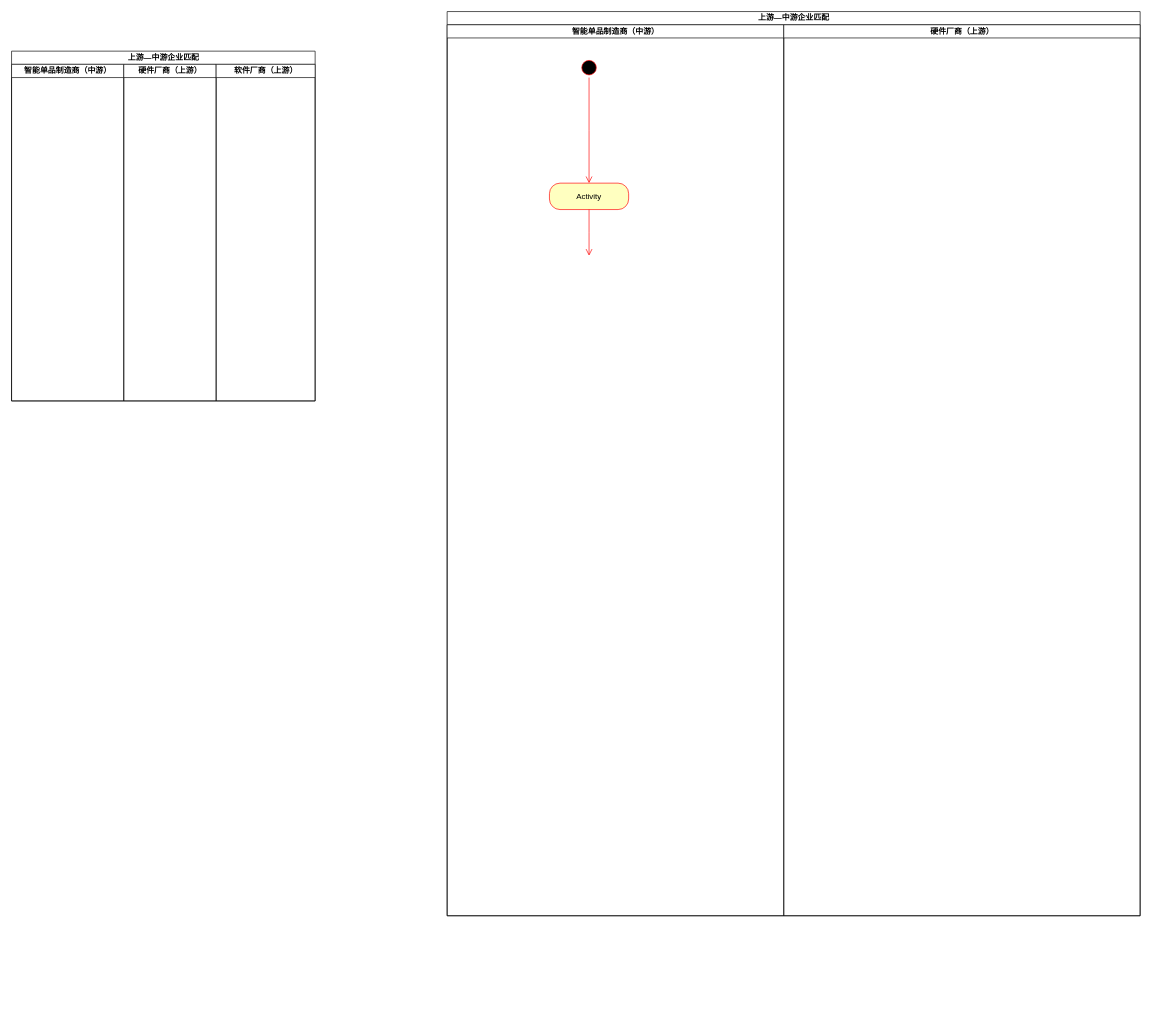
Above: 毕设活动图.drawio in 2919282119/charts (draw.io), before the change. Source tidied: cells renumbered, new cells numbered last; positions are measured from the earlier drawing's top-left corner, leaving out a move shared by most shapes. Both pictures are drawn from the tidied source at 66%, with x=0, y=0 at pixel (11, 11).
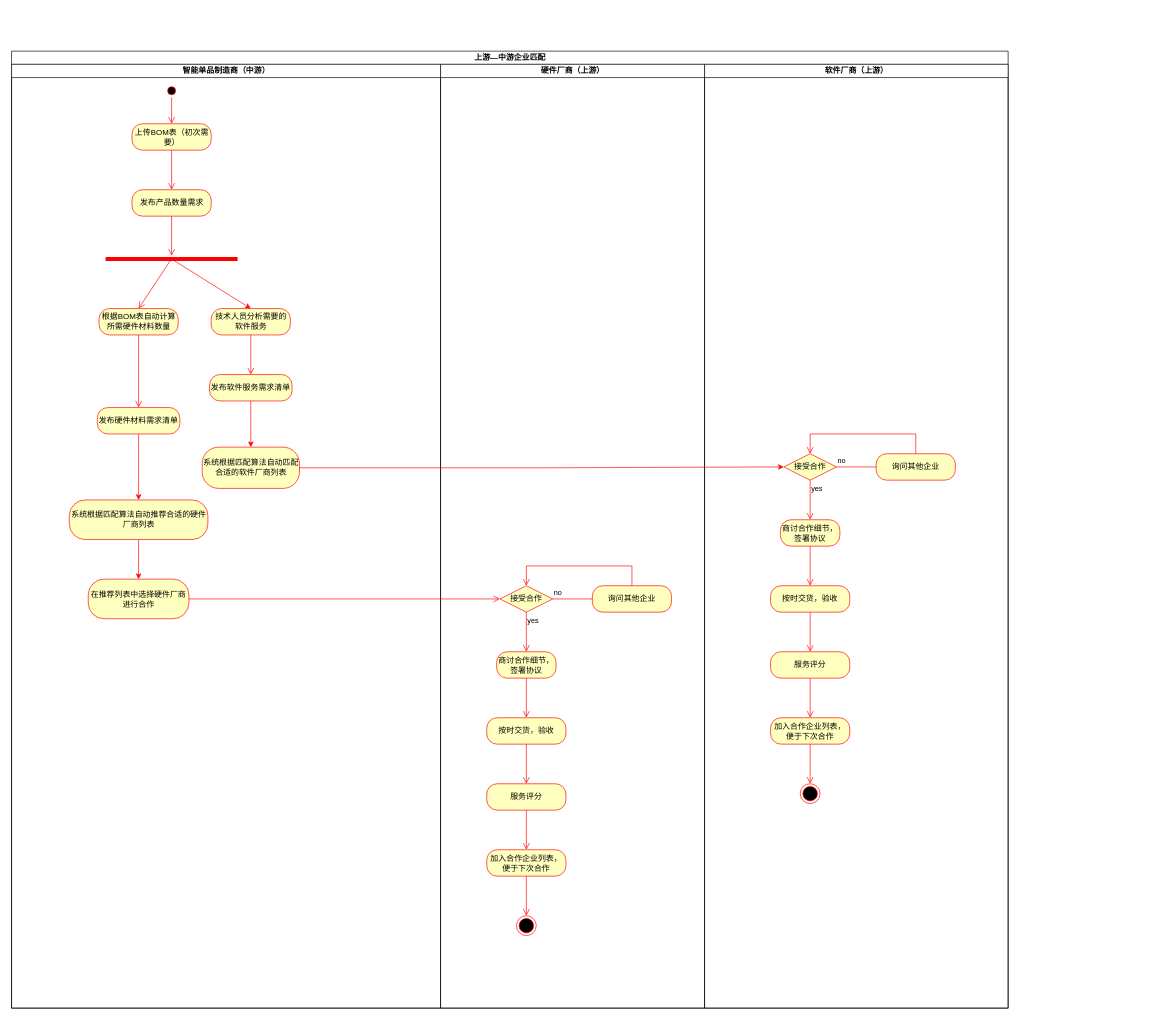
The same page after the edit.

Commit message (it also covers changes not shown here):
更新毕设活动图.drawio

Change to the diagram source:
```diff
@@
-    <mxCell id="2" value="上游—中游企业匹配" style="swimlane;startSize=20;html=1;" parent="1" vertex="1">
-      <mxGeometry x="660" width="1050" height="1370" as="geometry" />
-    </mxCell>
-    <mxCell id="3" value="智能单品制造商（中游）" style="swimlane;startSize=20;html=1;" parent="2" vertex="1">
-      <mxGeometry y="20" width="510" height="1350" as="geometry" />
-    </mxCell>
-    <mxCell id="4" style="ellipse;html=1;shape=startState;fillColor=#000000;strokeColor=#ff0000;" parent="3" vertex="1">
-      <mxGeometry x="200" y="50" width="30" height="30" as="geometry" />
-    </mxCell>
-    <mxCell id="5" style="edgeStyle=orthogonalEdgeStyle;html=1;verticalAlign=bottom;endArrow=open;endSize=8;strokeColor=#ff0000;rounded=0;" parent="3" edge="1" source="4">
-      <mxGeometry relative="1" as="geometry">
-        <mxPoint x="215" y="240" as="targetPoint" />
-      </mxGeometry>
-    </mxCell>
-    <mxCell id="6" value="Activity" style="rounded=1;whiteSpace=wrap;html=1;arcSize=40;fontColor=#000000;fillColor=#ffffc0;strokeColor=#ff0000;" parent="3" vertex="1">
-      <mxGeometry x="155" y="240" width="120" height="40" as="geometry" />
-    </mxCell>
-    <mxCell id="7" style="edgeStyle=orthogonalEdgeStyle;html=1;verticalAlign=bottom;endArrow=open;endSize=8;strokeColor=#ff0000;rounded=0;" parent="3" edge="1" source="6">
-      <mxGeometry relative="1" as="geometry">
-        <mxPoint x="215" y="350" as="targetPoint" />
-      </mxGeometry>
-    </mxCell>
-    <mxCell id="8" value="硬件厂商（上游）" style="swimlane;startSize=20;html=1;" parent="2" vertex="1">
-      <mxGeometry x="510" y="20" width="540" height="1350" as="geometry" />
-    </mxCell>
     <mxCell id="9" value="上游—中游企业匹配" style="swimlane;startSize=20;html=1;" parent="1" vertex="1">
-      <mxGeometry y="60" width="460" height="530" as="geometry" />
+      <mxGeometry y="60" width="1510" height="1450" as="geometry" />
     </mxCell>
     <mxCell id="10" value="智能单品制造商（中游）" style="swimlane;startSize=20;html=1;" parent="9" vertex="1">
-      <mxGeometry y="20" width="170" height="510" as="geometry" />
+      <mxGeometry y="20" width="650" height="1430" as="geometry" />
     </mxCell>
+    <mxCell id="13" style="edgeStyle=orthogonalEdgeStyle;html=1;verticalAlign=bottom;endArrow=open;endSize=8;strokeColor=#ff0000;rounded=0;entryX=0.5;entryY=0;entryDx=0;entryDy=0;" parent="10" edge="1" source="23" target="26">
+      <mxGeometry relative="1" as="geometry" />
+    </mxCell>
+    <mxCell id="14" style="ellipse;html=1;shape=startState;fillColor=#000000;strokeColor=#ff0000;" parent="10" vertex="1">
+      <mxGeometry x="232.5" y="30" width="20" height="20" as="geometry" />
+    </mxCell>
+    <mxCell id="15" style="edgeStyle=orthogonalEdgeStyle;html=1;verticalAlign=bottom;endArrow=open;endSize=8;strokeColor=#ff0000;rounded=0;" parent="10" edge="1" source="14">
+      <mxGeometry relative="1" as="geometry">
+        <mxPoint x="242.5" y="90" as="targetPoint" />
+      </mxGeometry>
+    </mxCell>
+    <mxCell id="16" value="上传BOM表（初次需要）" style="rounded=1;whiteSpace=wrap;html=1;arcSize=40;fontColor=#000000;fillColor=#ffffc0;strokeColor=#ff0000;" parent="10" vertex="1">
+      <mxGeometry x="182.5" y="90" width="120" height="40" as="geometry" />
+    </mxCell>
+    <mxCell id="17" style="edgeStyle=orthogonalEdgeStyle;html=1;verticalAlign=bottom;endArrow=open;endSize=8;strokeColor=#ff0000;rounded=0;" parent="10" edge="1" source="16">
+      <mxGeometry relative="1" as="geometry">
+        <mxPoint x="242.5" y="190" as="targetPoint" />
+      </mxGeometry>
+    </mxCell>
+    <mxCell id="18" value="发布产品数量需求" style="rounded=1;whiteSpace=wrap;html=1;arcSize=40;fontColor=#000000;fillColor=#ffffc0;strokeColor=#ff0000;" parent="10" vertex="1">
+      <mxGeometry x="182.5" y="190" width="120" height="40" as="geometry" />
+    </mxCell>
+    <mxCell id="19" style="edgeStyle=orthogonalEdgeStyle;html=1;verticalAlign=bottom;endArrow=open;endSize=8;strokeColor=#ff0000;rounded=0;" parent="10" edge="1" source="18">
+      <mxGeometry relative="1" as="geometry">
+        <mxPoint x="242.5" y="290" as="targetPoint" />
+      </mxGeometry>
+    </mxCell>
+    <mxCell id="20" style="rounded=0;jettySize=auto;html=1;fillColor=#e51400;strokeColor=#FF0000;entryX=0.5;entryY=0;entryDx=0;entryDy=0;" parent="10" edge="1" target="24">
+      <mxGeometry relative="1" as="geometry">
+        <mxPoint x="242.5" y="295" as="sourcePoint" />
+      </mxGeometry>
+    </mxCell>
+    <mxCell id="21" style="shape=line;html=1;strokeWidth=6;strokeColor=#ff0000;" parent="10" vertex="1">
+      <mxGeometry x="142.5" y="290" width="200" height="10" as="geometry" />
+    </mxCell>
+    <mxCell id="22" style="html=1;verticalAlign=bottom;endArrow=open;endSize=8;strokeColor=#ff0000;rounded=0;entryX=0.5;entryY=0;entryDx=0;entryDy=0;exitX=0.503;exitY=0.351;exitDx=0;exitDy=0;exitPerimeter=0;" parent="10" edge="1" source="21" target="23">
+      <mxGeometry relative="1" as="geometry" />
+    </mxCell>
+    <mxCell id="23" value="根据BOM表自动计算所需硬件材料数量" style="rounded=1;whiteSpace=wrap;html=1;arcSize=40;fontColor=#000000;fillColor=#ffffc0;strokeColor=#ff0000;" parent="10" vertex="1">
+      <mxGeometry x="132.5" y="370" width="120" height="40" as="geometry" />
+    </mxCell>
+    <mxCell id="24" value="技术人员分析需要的软件服务" style="rounded=1;whiteSpace=wrap;html=1;arcSize=40;fontColor=#000000;fillColor=#ffffc0;strokeColor=#ff0000;" parent="10" vertex="1">
+      <mxGeometry x="302.5" y="370" width="120" height="40" as="geometry" />
+    </mxCell>
+    <mxCell id="25" style="edgeStyle=orthogonalEdgeStyle;html=1;verticalAlign=bottom;endArrow=open;endSize=8;strokeColor=#ff0000;rounded=0;" parent="10" edge="1" source="24">
+      <mxGeometry relative="1" as="geometry">
+        <mxPoint x="362.5" y="470" as="targetPoint" />
+      </mxGeometry>
+    </mxCell>
+    <mxCell id="26" value="发布硬件材料需求清单" style="rounded=1;whiteSpace=wrap;html=1;arcSize=40;fontColor=#000000;fillColor=#ffffc0;strokeColor=#ff0000;" parent="10" vertex="1">
+      <mxGeometry x="130" y="520" width="125" height="40" as="geometry" />
+    </mxCell>
+    <mxCell id="27" value="发布软件服务需求清单" style="rounded=1;whiteSpace=wrap;html=1;arcSize=40;fontColor=#000000;fillColor=#ffffc0;strokeColor=#ff0000;" parent="10" vertex="1">
+      <mxGeometry x="300" y="470" width="125" height="40" as="geometry" />
+    </mxCell>
+    <mxCell id="28" style="edgeStyle=orthogonalEdgeStyle;rounded=0;jettySize=auto;html=1;entryX=0.5;entryY=0;entryDx=0;entryDy=0;strokeColor=#FF0000;" parent="10" edge="1" source="29" target="33">
+      <mxGeometry relative="1" as="geometry" />
+    </mxCell>
+    <mxCell id="29" value="系统根据匹配算法自动推荐合适的硬件厂商列表" style="whiteSpace=wrap;html=1;fillColor=#ffffc0;strokeColor=#ff0000;fontColor=#000000;rounded=1;arcSize=40;" parent="10" vertex="1">
+      <mxGeometry x="87.5" y="660" width="210" height="60" as="geometry" />
+    </mxCell>
+    <mxCell id="30" style="edgeStyle=orthogonalEdgeStyle;rounded=0;jettySize=auto;html=1;strokeColor=#FF0000;" parent="10" edge="1" source="26" target="29">
+      <mxGeometry relative="1" as="geometry" />
+    </mxCell>
+    <mxCell id="31" value="系统根据匹配算法自动匹配合适的软件厂商列表" style="whiteSpace=wrap;html=1;fillColor=#ffffc0;strokeColor=#ff0000;fontColor=#000000;rounded=1;arcSize=40;" parent="10" vertex="1">
+      <mxGeometry x="288.8" y="580" width="147.5" height="62.5" as="geometry" />
+    </mxCell>
+    <mxCell id="32" style="edgeStyle=orthogonalEdgeStyle;rounded=0;jettySize=auto;html=1;strokeColor=#ff0000;" parent="10" edge="1" source="27" target="31">
+      <mxGeometry relative="1" as="geometry" />
+    </mxCell>
+    <mxCell id="33" value="在推荐列表中选择硬件厂商进行合作" style="rounded=1;whiteSpace=wrap;html=1;arcSize=40;fontColor=#000000;fillColor=#ffffc0;strokeColor=#ff0000;" parent="10" vertex="1">
+      <mxGeometry x="116.2" y="780" width="152.5" height="60" as="geometry" />
+    </mxCell>
     <mxCell id="11" value="硬件厂商（上游）" style="swimlane;startSize=20;html=1;" parent="9" vertex="1">
-      <mxGeometry x="170" y="20" width="140" height="510" as="geometry" />
+      <mxGeometry x="650" y="20" width="400" height="1430" as="geometry" />
     </mxCell>
+    <mxCell id="34" value="接受合作" style="rhombus;whiteSpace=wrap;html=1;fontColor=#000000;fillColor=#ffffc0;strokeColor=#ff0000;" parent="11" vertex="1">
+      <mxGeometry x="90" y="790" width="80" height="40" as="geometry" />
+    </mxCell>
+    <mxCell id="35" value="no" style="edgeStyle=orthogonalEdgeStyle;html=1;align=left;verticalAlign=bottom;endArrow=open;endSize=8;strokeColor=#ff0000;rounded=0;" parent="11" edge="1" source="34">
+      <mxGeometry x="-1" relative="1" as="geometry">
+        <mxPoint x="280" y="810" as="targetPoint" />
+      </mxGeometry>
+    </mxCell>
+    <mxCell id="36" value="yes" style="edgeStyle=orthogonalEdgeStyle;html=1;align=left;verticalAlign=top;endArrow=open;endSize=8;strokeColor=#ff0000;rounded=0;" parent="11" edge="1" source="34">
+      <mxGeometry x="-1" relative="1" as="geometry">
+        <mxPoint x="130" y="890" as="targetPoint" />
+      </mxGeometry>
+    </mxCell>
+    <mxCell id="37" value="询问其他企业" style="rounded=1;whiteSpace=wrap;html=1;arcSize=40;fontColor=#000000;fillColor=#ffffc0;strokeColor=#ff0000;" parent="11" vertex="1">
+      <mxGeometry x="230" y="790" width="120" height="40" as="geometry" />
+    </mxCell>
+    <mxCell id="38" style="edgeStyle=orthogonalEdgeStyle;html=1;verticalAlign=bottom;endArrow=open;endSize=8;strokeColor=#ff0000;rounded=0;entryX=0.5;entryY=0;entryDx=0;entryDy=0;exitX=0.5;exitY=0;exitDx=0;exitDy=0;" parent="11" edge="1" source="37" target="34">
+      <mxGeometry relative="1" as="geometry">
+        <Array as="points">
+          <mxPoint x="290" y="760" />
+          <mxPoint x="130" y="760" />
+        </Array>
+      </mxGeometry>
+    </mxCell>
+    <mxCell id="39" value="商讨合作细节，签署协议" style="rounded=1;whiteSpace=wrap;html=1;arcSize=40;fontColor=#000000;fillColor=#ffffc0;strokeColor=#ff0000;" parent="11" vertex="1">
+      <mxGeometry x="85" y="890" width="90" height="40" as="geometry" />
+    </mxCell>
+    <mxCell id="40" style="edgeStyle=orthogonalEdgeStyle;html=1;verticalAlign=bottom;endArrow=open;endSize=8;strokeColor=#ff0000;rounded=0;" parent="11" edge="1" source="39">
+      <mxGeometry relative="1" as="geometry">
+        <mxPoint x="130" y="990" as="targetPoint" />
+      </mxGeometry>
+    </mxCell>
+    <mxCell id="41" value="按时交货，验收" style="rounded=1;whiteSpace=wrap;html=1;arcSize=40;fontColor=#000000;fillColor=#ffffc0;strokeColor=#ff0000;" parent="11" vertex="1">
+      <mxGeometry x="70" y="990" width="120" height="40" as="geometry" />
+    </mxCell>
+    <mxCell id="42" style="edgeStyle=orthogonalEdgeStyle;html=1;verticalAlign=bottom;endArrow=open;endSize=8;strokeColor=#ff0000;rounded=0;" parent="11" edge="1" source="41">
+      <mxGeometry relative="1" as="geometry">
+        <mxPoint x="130" y="1090" as="targetPoint" />
+      </mxGeometry>
+    </mxCell>
+    <mxCell id="43" value="服务评分" style="rounded=1;whiteSpace=wrap;html=1;arcSize=40;fontColor=#000000;fillColor=#ffffc0;strokeColor=#ff0000;" parent="11" vertex="1">
+      <mxGeometry x="70" y="1090" width="120" height="40" as="geometry" />
+    </mxCell>
+    <mxCell id="44" style="edgeStyle=orthogonalEdgeStyle;html=1;verticalAlign=bottom;endArrow=open;endSize=8;strokeColor=#ff0000;rounded=0;" parent="11" edge="1" source="43">
+      <mxGeometry relative="1" as="geometry">
+        <mxPoint x="130" y="1190" as="targetPoint" />
+      </mxGeometry>
+    </mxCell>
+    <mxCell id="45" value="加入合作企业列表，便于下次合作" style="rounded=1;whiteSpace=wrap;html=1;arcSize=40;fontColor=#000000;fillColor=#ffffc0;strokeColor=#ff0000;" parent="11" vertex="1">
+      <mxGeometry x="70" y="1190" width="120" height="40" as="geometry" />
+    </mxCell>
+    <mxCell id="46" style="edgeStyle=orthogonalEdgeStyle;html=1;verticalAlign=bottom;endArrow=open;endSize=8;strokeColor=#ff0000;rounded=0;" parent="11" edge="1" source="45">
+      <mxGeometry relative="1" as="geometry">
+        <mxPoint x="130" y="1290" as="targetPoint" />
+      </mxGeometry>
+    </mxCell>
+    <mxCell id="47" style="ellipse;html=1;shape=endState;fillColor=#000000;strokeColor=#ff0000;" parent="11" vertex="1">
+      <mxGeometry x="115" y="1290" width="30" height="30" as="geometry" />
+    </mxCell>
     <mxCell id="12" value="软件厂商（上游）" style="swimlane;startSize=20;html=1;" parent="9" vertex="1">
-      <mxGeometry x="310" y="20" width="150" height="510" as="geometry" />
+      <mxGeometry x="1050" y="20" width="460" height="1430" as="geometry" />
     </mxCell>
+    <mxCell id="48" value="接受合作" style="rhombus;whiteSpace=wrap;html=1;fontColor=#000000;fillColor=#ffffc0;strokeColor=#ff0000;" parent="12" vertex="1">
+      <mxGeometry x="120" y="590" width="80" height="40" as="geometry" />
+    </mxCell>
+    <mxCell id="49" value="no" style="edgeStyle=orthogonalEdgeStyle;html=1;align=left;verticalAlign=bottom;endArrow=open;endSize=8;strokeColor=#ff0000;rounded=0;" parent="12" edge="1" source="48">
+      <mxGeometry x="-1" relative="1" as="geometry">
+        <mxPoint x="310" y="610" as="targetPoint" />
+      </mxGeometry>
+    </mxCell>
+    <mxCell id="50" value="yes" style="edgeStyle=orthogonalEdgeStyle;html=1;align=left;verticalAlign=top;endArrow=open;endSize=8;strokeColor=#ff0000;rounded=0;" parent="12" edge="1" source="48">
+      <mxGeometry x="-1" relative="1" as="geometry">
+        <mxPoint x="160" y="690" as="targetPoint" />
+      </mxGeometry>
+    </mxCell>
+    <mxCell id="51" value="询问其他企业" style="rounded=1;whiteSpace=wrap;html=1;arcSize=40;fontColor=#000000;fillColor=#ffffc0;strokeColor=#ff0000;" parent="12" vertex="1">
+      <mxGeometry x="260" y="590" width="120" height="40" as="geometry" />
+    </mxCell>
+    <mxCell id="52" style="edgeStyle=orthogonalEdgeStyle;html=1;verticalAlign=bottom;endArrow=open;endSize=8;strokeColor=#ff0000;rounded=0;entryX=0.5;entryY=0;entryDx=0;entryDy=0;exitX=0.5;exitY=0;exitDx=0;exitDy=0;" parent="12" edge="1" source="51" target="48">
+      <mxGeometry relative="1" as="geometry">
+        <Array as="points">
+          <mxPoint x="320" y="560" />
+          <mxPoint x="160" y="560" />
+        </Array>
+      </mxGeometry>
+    </mxCell>
+    <mxCell id="53" value="商讨合作细节，签署协议" style="rounded=1;whiteSpace=wrap;html=1;arcSize=40;fontColor=#000000;fillColor=#ffffc0;strokeColor=#ff0000;" parent="12" vertex="1">
+      <mxGeometry x="115" y="690" width="90" height="40" as="geometry" />
+    </mxCell>
+    <mxCell id="54" style="edgeStyle=orthogonalEdgeStyle;html=1;verticalAlign=bottom;endArrow=open;endSize=8;strokeColor=#ff0000;rounded=0;" parent="12" edge="1" source="53">
+      <mxGeometry relative="1" as="geometry">
+        <mxPoint x="160" y="790" as="targetPoint" />
+      </mxGeometry>
+    </mxCell>
+    <mxCell id="55" value="按时交货，验收" style="rounded=1;whiteSpace=wrap;html=1;arcSize=40;fontColor=#000000;fillColor=#ffffc0;strokeColor=#ff0000;" parent="12" vertex="1">
+      <mxGeometry x="100" y="790" width="120" height="40" as="geometry" />
+    </mxCell>
+    <mxCell id="56" style="edgeStyle=orthogonalEdgeStyle;html=1;verticalAlign=bottom;endArrow=open;endSize=8;strokeColor=#ff0000;rounded=0;" parent="12" edge="1" source="55">
+      <mxGeometry relative="1" as="geometry">
+        <mxPoint x="160" y="890" as="targetPoint" />
+      </mxGeometry>
+    </mxCell>
+    <mxCell id="57" value="服务评分" style="rounded=1;whiteSpace=wrap;html=1;arcSize=40;fontColor=#000000;fillColor=#ffffc0;strokeColor=#ff0000;" parent="12" vertex="1">
+      <mxGeometry x="100" y="890" width="120" height="40" as="geometry" />
+    </mxCell>
+    <mxCell id="58" style="edgeStyle=orthogonalEdgeStyle;html=1;verticalAlign=bottom;endArrow=open;endSize=8;strokeColor=#ff0000;rounded=0;" parent="12" edge="1" source="57">
+      <mxGeometry relative="1" as="geometry">
+        <mxPoint x="160" y="990" as="targetPoint" />
+      </mxGeometry>
+    </mxCell>
+    <mxCell id="59" value="加入合作企业列表，便于下次合作" style="rounded=1;whiteSpace=wrap;html=1;arcSize=40;fontColor=#000000;fillColor=#ffffc0;strokeColor=#ff0000;" parent="12" vertex="1">
+      <mxGeometry x="100" y="990" width="120" height="40" as="geometry" />
+    </mxCell>
+    <mxCell id="60" style="edgeStyle=orthogonalEdgeStyle;html=1;verticalAlign=bottom;endArrow=open;endSize=8;strokeColor=#ff0000;rounded=0;" parent="12" edge="1" source="59">
+      <mxGeometry relative="1" as="geometry">
+        <mxPoint x="160" y="1090" as="targetPoint" />
+      </mxGeometry>
+    </mxCell>
+    <mxCell id="61" style="ellipse;html=1;shape=endState;fillColor=#000000;strokeColor=#ff0000;" parent="12" vertex="1">
+      <mxGeometry x="145" y="1090" width="30" height="30" as="geometry" />
+    </mxCell>
+    <mxCell id="62" style="edgeStyle=orthogonalEdgeStyle;rounded=0;jettySize=auto;html=1;strokeColor=#FF0000;" parent="9" edge="1" source="31">
+      <mxGeometry relative="1" as="geometry">
+        <mxPoint x="1170" y="630" as="targetPoint" />
+      </mxGeometry>
+    </mxCell>
+    <mxCell id="63" style="edgeStyle=orthogonalEdgeStyle;html=1;verticalAlign=bottom;endArrow=open;endSize=8;strokeColor=#ff0000;rounded=0;entryX=0;entryY=0.5;entryDx=0;entryDy=0;" parent="9" edge="1" source="33" target="34">
+      <mxGeometry relative="1" as="geometry" />
+    </mxCell>
```
